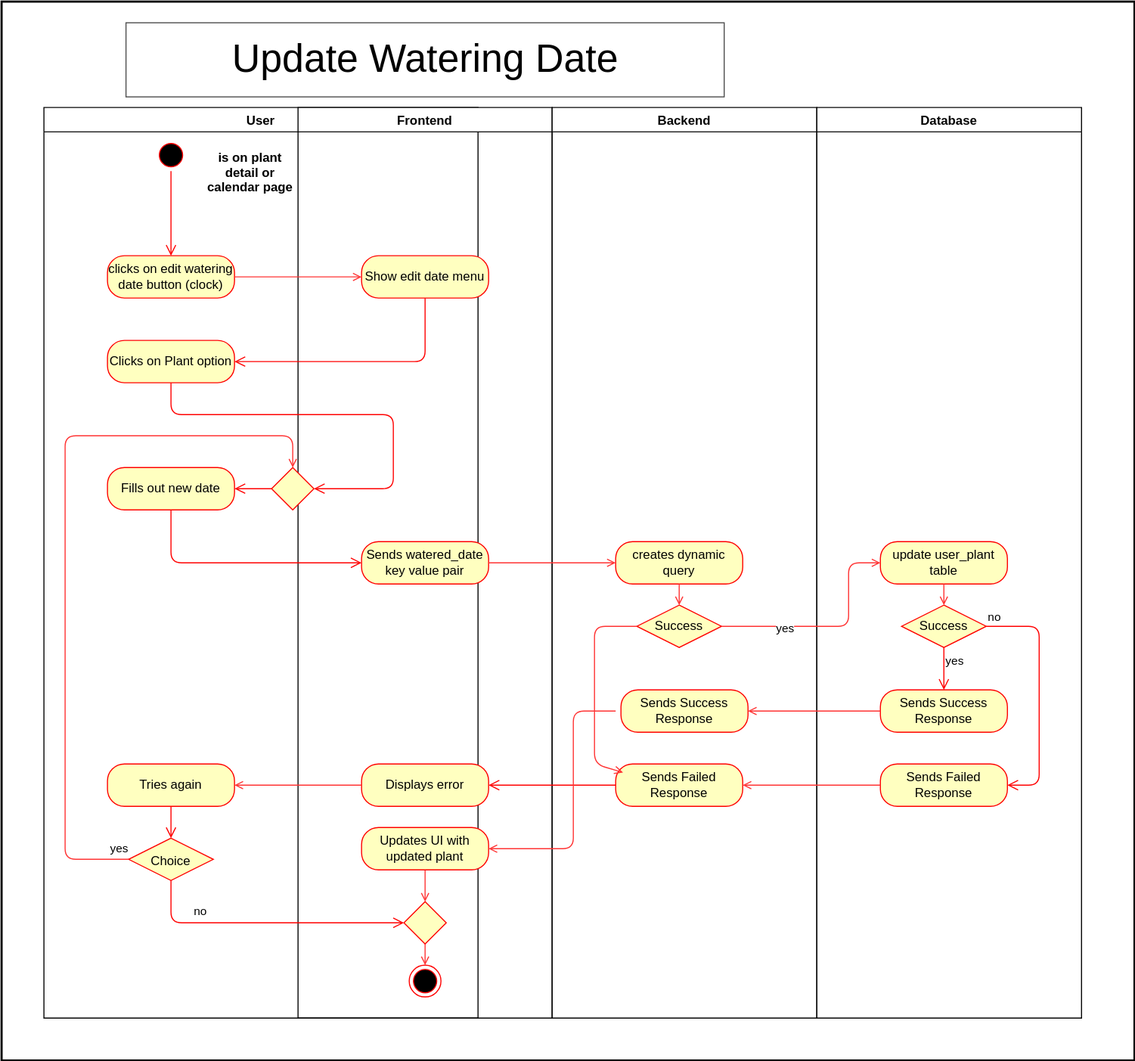
Above: docs/assets/svg/useCaseDiagrams/updateWateringDate.drawio.svg in Green-Fingers-App/gardeningApp (draw.io), before the change. Source tidied: cells renumbered, new cells last; positions are measured from the earlier drawing's top-left corner, leaving out a move shared by most shapes. The source it was exported from:
```xml
<mxGraphModel>
  <root>
    <mxCell id="0" />
    <mxCell id="1" parent="0" />
    <mxCell id="2" style="rounded=0;whiteSpace=wrap;html=1;strokeColor=#000000;fillColor=#FFFFFF;strokeWidth=2;" parent="1" vertex="1">
      <mxGeometry width="1070" height="1000" as="geometry" />
    </mxCell>
    <mxCell id="3" value="User" style="swimlane;strokeColor=#050505;fillColor=#FFFFFF;fontColor=#000000;" parent="1" vertex="1">
      <mxGeometry x="40" y="100" width="410" height="860" as="geometry" />
    </mxCell>
    <mxCell id="4" style="ellipse;html=1;shape=startState;fillColor=#000000;strokeColor=#ff0000;fontColor=#050505;" parent="3" vertex="1">
      <mxGeometry x="105" y="30" width="30" height="30" as="geometry" />
    </mxCell>
    <mxCell id="5" style="edgeStyle=orthogonalEdgeStyle;html=1;verticalAlign=bottom;endArrow=open;endSize=8;strokeColor=#ff0000;fontColor=#050505;entryX=0.5;entryY=0;entryDx=0;entryDy=0;" parent="3" edge="1" source="4" target="6">
      <mxGeometry relative="1" as="geometry" />
    </mxCell>
    <mxCell id="6" value="clicks on edit watering date button (clock)" style="rounded=1;whiteSpace=wrap;html=1;arcSize=40;fontColor=#000000;fillColor=#ffffc0;strokeColor=#ff0000;" parent="3" vertex="1">
      <mxGeometry x="60" y="140" width="120" height="40" as="geometry" />
    </mxCell>
    <mxCell id="7" value="is on plant &#10;detail or&#10;calendar page " style="text;align=center;fontStyle=1;verticalAlign=middle;spacingLeft=3;spacingRight=3;strokeColor=none;noLabel=0;" parent="3" vertex="1">
      <mxGeometry x="150" y="32" width="90" height="58" as="geometry" />
    </mxCell>
    <mxCell id="8" value="&lt;font style=&quot;font-size: 12px;&quot;&gt;Choice&lt;/font&gt;" style="rhombus;whiteSpace=wrap;html=1;fillColor=#ffffc0;strokeColor=#ff0000;fontSize=18;" parent="3" vertex="1">
      <mxGeometry x="80" y="690" width="80" height="40" as="geometry" />
    </mxCell>
    <mxCell id="9" value="Frontend" style="swimlane;strokeColor=#050505;fillColor=#FFFFFF;fontColor=#050505;startSize=23;" parent="1" vertex="1">
      <mxGeometry x="280" y="100" width="240" height="860" as="geometry" />
    </mxCell>
    <mxCell id="10" style="rounded=0;whiteSpace=wrap;html=1;strokeColor=#FFFFFF;fillColor=#FFFFFF;" parent="9" vertex="1">
      <mxGeometry x="30" y="80" width="120" height="60" as="geometry" />
    </mxCell>
    <mxCell id="11" style="ellipse;html=1;shape=endState;fillColor=#000000;strokeColor=#ff0000;fontColor=#050505;" parent="9" vertex="1">
      <mxGeometry x="105" y="810" width="30" height="30" as="geometry" />
    </mxCell>
    <mxCell id="12" value="Show edit date menu" style="rounded=1;whiteSpace=wrap;html=1;arcSize=40;fontColor=#000000;fillColor=#ffffc0;strokeColor=#ff0000;" parent="9" vertex="1">
      <mxGeometry x="60" y="140" width="120" height="40" as="geometry" />
    </mxCell>
    <mxCell id="13" style="edgeStyle=none;html=1;strokeColor=#FF3333;fontSize=18;endArrow=open;endFill=0;" parent="9" edge="1" source="14" target="17">
      <mxGeometry relative="1" as="geometry" />
    </mxCell>
    <mxCell id="14" value="Updates UI with updated plant" style="rounded=1;whiteSpace=wrap;html=1;arcSize=40;fontColor=#000000;fillColor=#ffffc0;strokeColor=#ff0000;" parent="9" vertex="1">
      <mxGeometry x="60" y="680" width="120" height="40" as="geometry" />
    </mxCell>
    <mxCell id="15" style="edgeStyle=none;html=1;strokeColor=#FF3333;endArrow=open;endFill=0;entryX=0.5;entryY=0;entryDx=0;entryDy=0;startArrow=none;" parent="9" edge="1" source="17" target="11">
      <mxGeometry relative="1" as="geometry" />
    </mxCell>
    <mxCell id="16" value="Displays error" style="rounded=1;whiteSpace=wrap;html=1;arcSize=40;fontColor=#000000;fillColor=#ffffc0;strokeColor=#ff0000;" parent="9" vertex="1">
      <mxGeometry x="60" y="620" width="120" height="40" as="geometry" />
    </mxCell>
    <mxCell id="17" style="rhombus;whiteSpace=wrap;html=1;fillColor=#ffffc0;strokeColor=#ff0000;direction=south;" parent="9" vertex="1">
      <mxGeometry x="100" y="750" width="40" height="40" as="geometry" />
    </mxCell>
    <mxCell id="18" value="Sends watered_date key value pair" style="rounded=1;whiteSpace=wrap;html=1;arcSize=40;fontColor=#000000;fillColor=#ffffc0;strokeColor=#ff0000;" parent="9" vertex="1">
      <mxGeometry x="60" y="410" width="120" height="40" as="geometry" />
    </mxCell>
    <mxCell id="19" value="Backend" style="swimlane;strokeColor=#050505;fillColor=#FFFFFF;fontColor=#050505;" parent="1" vertex="1">
      <mxGeometry x="520" y="100" width="250" height="860" as="geometry" />
    </mxCell>
    <mxCell id="20" value="creates dynamic query" style="rounded=1;whiteSpace=wrap;html=1;arcSize=40;fontColor=#000000;fillColor=#ffffc0;strokeColor=#ff0000;" parent="19" vertex="1">
      <mxGeometry x="60" y="410" width="120" height="40" as="geometry" />
    </mxCell>
    <mxCell id="21" value="Sends Failed Response" style="rounded=1;whiteSpace=wrap;html=1;arcSize=40;fontColor=#000000;fillColor=#ffffc0;strokeColor=#ff0000;" parent="19" vertex="1">
      <mxGeometry x="60" y="620" width="120" height="40" as="geometry" />
    </mxCell>
    <mxCell id="22" value="Success" style="rhombus;whiteSpace=wrap;html=1;fillColor=#ffffc0;strokeColor=#ff0000;" parent="19" vertex="1">
      <mxGeometry x="80" y="470" width="80" height="40" as="geometry" />
    </mxCell>
    <mxCell id="23" style="edgeStyle=none;html=1;entryX=0.5;entryY=0;entryDx=0;entryDy=0;strokeColor=#FF3333;endArrow=open;endFill=0;" parent="19" edge="1" source="20" target="22">
      <mxGeometry relative="1" as="geometry" />
    </mxCell>
    <mxCell id="24" value="Sends Success Response" style="rounded=1;whiteSpace=wrap;html=1;arcSize=40;fontColor=#000000;fillColor=#ffffc0;strokeColor=#ff0000;" parent="19" vertex="1">
      <mxGeometry x="65" y="550" width="120" height="40" as="geometry" />
    </mxCell>
    <mxCell id="25" style="edgeStyle=none;html=1;entryX=0.058;entryY=0.2;entryDx=0;entryDy=0;entryPerimeter=0;endArrow=open;endFill=0;strokeColor=#FF3333;" parent="19" edge="1" source="22" target="21">
      <mxGeometry relative="1" as="geometry">
        <Array as="points">
          <mxPoint x="40" y="490" />
          <mxPoint x="40" y="620" />
        </Array>
      </mxGeometry>
    </mxCell>
    <mxCell id="26" style="edgeStyle=orthogonalEdgeStyle;html=1;verticalAlign=bottom;endArrow=open;endSize=8;strokeColor=#ff0000;entryX=1;entryY=0.5;entryDx=0;entryDy=0;" parent="1" edge="1" source="12" target="28">
      <mxGeometry relative="1" as="geometry">
        <Array as="points">
          <mxPoint x="400" y="340" />
        </Array>
      </mxGeometry>
    </mxCell>
    <mxCell id="27" style="edgeStyle=none;html=1;entryX=0;entryY=0.5;entryDx=0;entryDy=0;entryPerimeter=0;endArrow=open;endFill=0;strokeColor=#FF3333;" parent="1" edge="1" source="6" target="12">
      <mxGeometry relative="1" as="geometry" />
    </mxCell>
    <mxCell id="28" value="Clicks on Plant option" style="rounded=1;whiteSpace=wrap;html=1;arcSize=40;fontColor=#000000;fillColor=#ffffc0;strokeColor=#ff0000;" parent="1" vertex="1">
      <mxGeometry x="100" y="320" width="120" height="40" as="geometry" />
    </mxCell>
    <mxCell id="29" style="edgeStyle=orthogonalEdgeStyle;html=1;verticalAlign=bottom;endArrow=open;endSize=8;strokeColor=#ff0000;entryX=0.5;entryY=0;entryDx=0;entryDy=0;" parent="1" edge="1" source="28" target="37">
      <mxGeometry relative="1" as="geometry">
        <Array as="points">
          <mxPoint x="160" y="390" />
          <mxPoint x="370" y="390" />
          <mxPoint x="370" y="460" />
        </Array>
      </mxGeometry>
    </mxCell>
    <mxCell id="30" style="edgeStyle=orthogonalEdgeStyle;html=1;verticalAlign=bottom;endArrow=open;endSize=8;strokeColor=#ff0000;entryX=1;entryY=0.5;entryDx=0;entryDy=0;startArrow=none;" parent="1" edge="1" source="37" target="31">
      <mxGeometry relative="1" as="geometry" />
    </mxCell>
    <mxCell id="31" value="Fills out new date" style="rounded=1;whiteSpace=wrap;html=1;arcSize=40;fontColor=#000000;fillColor=#ffffc0;strokeColor=#ff0000;" parent="1" vertex="1">
      <mxGeometry x="100" y="440" width="120" height="40" as="geometry" />
    </mxCell>
    <mxCell id="32" style="edgeStyle=orthogonalEdgeStyle;html=1;verticalAlign=bottom;endArrow=open;endSize=8;strokeColor=#ff0000;entryX=0;entryY=0.5;entryDx=0;entryDy=0;" parent="1" edge="1" source="31" target="18">
      <mxGeometry relative="1" as="geometry">
        <Array as="points">
          <mxPoint x="160" y="530" />
        </Array>
      </mxGeometry>
    </mxCell>
    <mxCell id="33" style="edgeStyle=none;html=1;strokeColor=#FF3333;endArrow=open;endFill=0;" parent="1" edge="1" source="18" target="20">
      <mxGeometry relative="1" as="geometry" />
    </mxCell>
    <mxCell id="34" style="edgeStyle=orthogonalEdgeStyle;html=1;verticalAlign=bottom;endArrow=open;endSize=8;strokeColor=#ff0000;" parent="1" edge="1" source="21" target="16">
      <mxGeometry relative="1" as="geometry" />
    </mxCell>
    <mxCell id="35" style="edgeStyle=none;html=1;entryX=1;entryY=0.5;entryDx=0;entryDy=0;strokeColor=#FF3333;endArrow=open;endFill=0;" parent="1" edge="1" target="14">
      <mxGeometry relative="1" as="geometry">
        <mxPoint x="580" y="670" as="sourcePoint" />
        <Array as="points">
          <mxPoint x="540" y="670" />
          <mxPoint x="540" y="800" />
        </Array>
      </mxGeometry>
    </mxCell>
    <mxCell id="36" value="yes" style="edgeStyle=none;html=1;entryX=0;entryY=0.5;entryDx=0;entryDy=0;strokeColor=#FF3333;endArrow=open;endFill=0;startArrow=none;" parent="1" edge="1" source="8" target="37">
      <mxGeometry x="-0.97" y="-10" relative="1" as="geometry">
        <Array as="points">
          <mxPoint x="60" y="810" />
          <mxPoint x="60" y="410" />
          <mxPoint x="275" y="410" />
        </Array>
      </mxGeometry>
    </mxCell>
    <mxCell id="37" style="rhombus;whiteSpace=wrap;html=1;fillColor=#ffffc0;strokeColor=#ff0000;direction=south;" parent="1" vertex="1">
      <mxGeometry x="255" y="440" width="40" height="40" as="geometry" />
    </mxCell>
    <mxCell id="38" value="&lt;font style=&quot;font-size: 11px;&quot;&gt;no&lt;/font&gt;" style="edgeStyle=orthogonalEdgeStyle;html=1;align=left;verticalAlign=top;endArrow=open;endSize=8;strokeColor=#ff0000;fontSize=18;entryX=0.5;entryY=1;entryDx=0;entryDy=0;" parent="1" edge="1" source="8" target="17">
      <mxGeometry x="-0.92" y="20" relative="1" as="geometry">
        <Array as="points">
          <mxPoint x="160" y="870" />
        </Array>
      </mxGeometry>
    </mxCell>
    <mxCell id="39" style="edgeStyle=none;html=1;entryX=1;entryY=0.5;entryDx=0;entryDy=0;strokeColor=#FF3333;fontSize=12;endArrow=open;endFill=0;" parent="1" edge="1" source="16" target="40">
      <mxGeometry relative="1" as="geometry" />
    </mxCell>
    <mxCell id="40" value="Tries again" style="rounded=1;whiteSpace=wrap;html=1;arcSize=40;fontColor=#000000;fillColor=#ffffc0;strokeColor=#ff0000;fontSize=12;" parent="1" vertex="1">
      <mxGeometry x="100" y="720" width="120" height="40" as="geometry" />
    </mxCell>
    <mxCell id="41" style="edgeStyle=orthogonalEdgeStyle;html=1;verticalAlign=bottom;endArrow=open;endSize=8;strokeColor=#ff0000;fontSize=12;entryX=0.5;entryY=0;entryDx=0;entryDy=0;" parent="1" edge="1" source="40" target="8">
      <mxGeometry relative="1" as="geometry" />
    </mxCell>
    <mxCell id="42" value="&lt;font style=&quot;background-color: rgb(255, 255, 255); font-size: 37px;&quot; color=&quot;#000000&quot;&gt;Update Watering Date&lt;/font&gt;" style="rounded=0;whiteSpace=wrap;html=1;fillColor=#FFFFFF;strokeColor=#4D4D4D;" parent="1" vertex="1">
      <mxGeometry x="117.5" y="20" width="565" height="70" as="geometry" />
    </mxCell>
    <mxCell id="43" value="Database" style="swimlane;strokeColor=#050505;fillColor=#FFFFFF;fontColor=#050505;" parent="1" vertex="1">
      <mxGeometry x="770" y="100" width="250" height="860" as="geometry" />
    </mxCell>
    <mxCell id="44" value="update user_plant table" style="rounded=1;whiteSpace=wrap;html=1;arcSize=40;fontColor=#000000;fillColor=#ffffc0;strokeColor=#ff0000;" parent="43" vertex="1">
      <mxGeometry x="60" y="410" width="120" height="40" as="geometry" />
    </mxCell>
    <mxCell id="45" value="Sends Success Response" style="rounded=1;whiteSpace=wrap;html=1;arcSize=40;fontColor=#000000;fillColor=#ffffc0;strokeColor=#ff0000;" parent="43" vertex="1">
      <mxGeometry x="60" y="550" width="120" height="40" as="geometry" />
    </mxCell>
    <mxCell id="46" value="Sends Failed Response" style="rounded=1;whiteSpace=wrap;html=1;arcSize=40;fontColor=#000000;fillColor=#ffffc0;strokeColor=#ff0000;" parent="43" vertex="1">
      <mxGeometry x="60" y="620" width="120" height="40" as="geometry" />
    </mxCell>
    <mxCell id="47" value="Success" style="rhombus;whiteSpace=wrap;html=1;fillColor=#ffffc0;strokeColor=#ff0000;" parent="43" vertex="1">
      <mxGeometry x="80" y="470" width="80" height="40" as="geometry" />
    </mxCell>
    <mxCell id="48" value="no" style="edgeStyle=orthogonalEdgeStyle;html=1;align=left;verticalAlign=bottom;endArrow=open;endSize=8;strokeColor=#ff0000;entryX=1;entryY=0.5;entryDx=0;entryDy=0;" parent="43" edge="1" source="47" target="46">
      <mxGeometry x="-1" relative="1" as="geometry">
        <Array as="points">
          <mxPoint x="210" y="490" />
          <mxPoint x="210" y="640" />
        </Array>
      </mxGeometry>
    </mxCell>
    <mxCell id="49" value="yes" style="edgeStyle=orthogonalEdgeStyle;html=1;align=left;verticalAlign=top;endArrow=open;endSize=8;strokeColor=#ff0000;" parent="43" edge="1" source="47" target="45">
      <mxGeometry x="-1" relative="1" as="geometry" />
    </mxCell>
    <mxCell id="50" style="edgeStyle=none;html=1;entryX=0.5;entryY=0;entryDx=0;entryDy=0;strokeColor=#FF3333;endArrow=open;endFill=0;" parent="43" edge="1" source="44" target="47">
      <mxGeometry relative="1" as="geometry" />
    </mxCell>
    <mxCell id="51" style="edgeStyle=none;html=1;entryX=0;entryY=0.5;entryDx=0;entryDy=0;endArrow=open;endFill=0;strokeColor=#FF3333;" parent="1" edge="1" source="22" target="44">
      <mxGeometry relative="1" as="geometry">
        <Array as="points">
          <mxPoint x="800" y="590" />
          <mxPoint x="800" y="530" />
        </Array>
      </mxGeometry>
    </mxCell>
    <mxCell id="52" value="yes" style="edgeLabel;html=1;align=center;verticalAlign=middle;" parent="51" vertex="1">
      <mxGeometry x="-0.44" y="-1" relative="1" as="geometry" />
    </mxCell>
    <mxCell id="53" style="edgeStyle=none;html=1;endArrow=open;endFill=0;strokeColor=#FF3333;entryX=1;entryY=0.5;entryDx=0;entryDy=0;" parent="1" edge="1" source="46" target="21">
      <mxGeometry relative="1" as="geometry" />
    </mxCell>
    <mxCell id="54" style="edgeStyle=none;html=1;strokeColor=#FF3333;endArrow=open;endFill=0;" parent="1" edge="1" source="45" target="24">
      <mxGeometry relative="1" as="geometry" />
    </mxCell>
  </root>
</mxGraphModel>
```
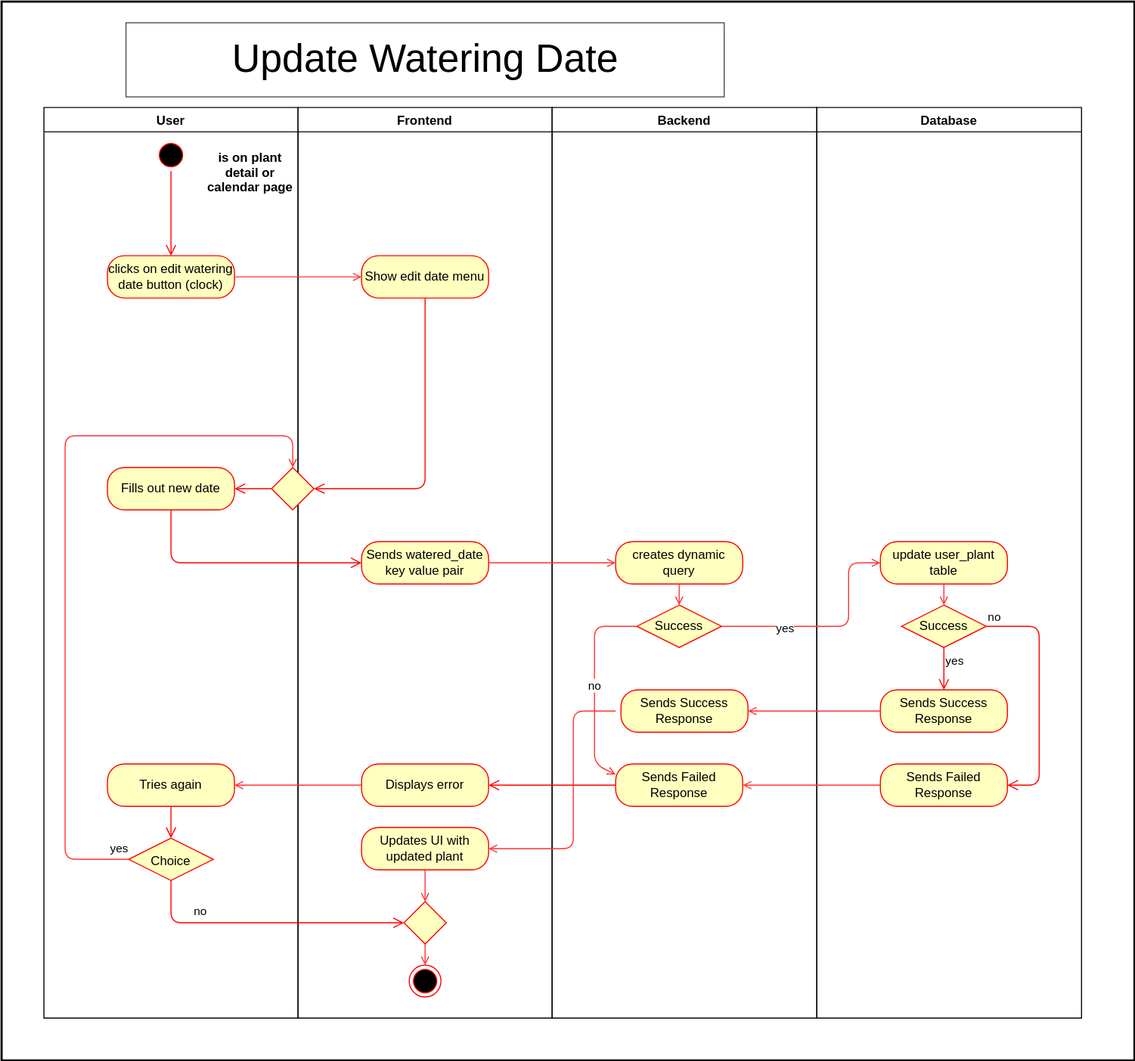
Later version of the same file.

The edit, as a diff of the source:
```diff
@@ -6,7 +6,7 @@
       <mxGeometry width="1070" height="1000" as="geometry" />
     </mxCell>
     <mxCell id="3" value="User" style="swimlane;strokeColor=#050505;fillColor=#FFFFFF;fontColor=#000000;" parent="1" vertex="1">
-      <mxGeometry x="40" y="100" width="410" height="860" as="geometry" />
+      <mxGeometry x="40" y="100" width="240" height="860" as="geometry" />
     </mxCell>
     <mxCell id="4" style="ellipse;html=1;shape=startState;fillColor=#000000;strokeColor=#ff0000;fontColor=#050505;" parent="3" vertex="1">
       <mxGeometry x="105" y="30" width="30" height="30" as="geometry" />
@@ -71,7 +71,7 @@
     <mxCell id="24" value="Sends Success Response" style="rounded=1;whiteSpace=wrap;html=1;arcSize=40;fontColor=#000000;fillColor=#ffffc0;strokeColor=#ff0000;" parent="19" vertex="1">
       <mxGeometry x="65" y="550" width="120" height="40" as="geometry" />
     </mxCell>
-    <mxCell id="25" style="edgeStyle=none;html=1;entryX=0.058;entryY=0.2;entryDx=0;entryDy=0;entryPerimeter=0;endArrow=open;endFill=0;strokeColor=#FF3333;" parent="19" edge="1" source="22" target="21">
+    <mxCell id="25" value="no" style="edgeStyle=none;html=1;entryX=0;entryY=0.25;entryDx=0;entryDy=0;endArrow=open;endFill=0;strokeColor=#FF3333;" parent="19" edge="1" source="22" target="21">
       <mxGeometry relative="1" as="geometry">
         <Array as="points">
           <mxPoint x="40" y="490" />
@@ -79,25 +79,13 @@
         </Array>
       </mxGeometry>
     </mxCell>
-    <mxCell id="26" style="edgeStyle=orthogonalEdgeStyle;html=1;verticalAlign=bottom;endArrow=open;endSize=8;strokeColor=#ff0000;entryX=1;entryY=0.5;entryDx=0;entryDy=0;" parent="1" edge="1" source="12" target="28">
-      <mxGeometry relative="1" as="geometry">
-        <Array as="points">
-          <mxPoint x="400" y="340" />
-        </Array>
-      </mxGeometry>
-    </mxCell>
     <mxCell id="27" style="edgeStyle=none;html=1;entryX=0;entryY=0.5;entryDx=0;entryDy=0;entryPerimeter=0;endArrow=open;endFill=0;strokeColor=#FF3333;" parent="1" edge="1" source="6" target="12">
       <mxGeometry relative="1" as="geometry" />
     </mxCell>
-    <mxCell id="28" value="Clicks on Plant option" style="rounded=1;whiteSpace=wrap;html=1;arcSize=40;fontColor=#000000;fillColor=#ffffc0;strokeColor=#ff0000;" parent="1" vertex="1">
-      <mxGeometry x="100" y="320" width="120" height="40" as="geometry" />
-    </mxCell>
-    <mxCell id="29" style="edgeStyle=orthogonalEdgeStyle;html=1;verticalAlign=bottom;endArrow=open;endSize=8;strokeColor=#ff0000;entryX=0.5;entryY=0;entryDx=0;entryDy=0;" parent="1" edge="1" source="28" target="37">
+    <mxCell id="29" style="edgeStyle=orthogonalEdgeStyle;html=1;verticalAlign=bottom;endArrow=open;endSize=8;strokeColor=#ff0000;entryX=0.5;entryY=0;entryDx=0;entryDy=0;exitX=0.5;exitY=1;exitDx=0;exitDy=0;" parent="1" edge="1" source="12" target="37">
       <mxGeometry relative="1" as="geometry">
         <Array as="points">
-          <mxPoint x="160" y="390" />
-          <mxPoint x="370" y="390" />
-          <mxPoint x="370" y="460" />
+          <mxPoint x="400" y="460" />
         </Array>
       </mxGeometry>
     </mxCell>
```
